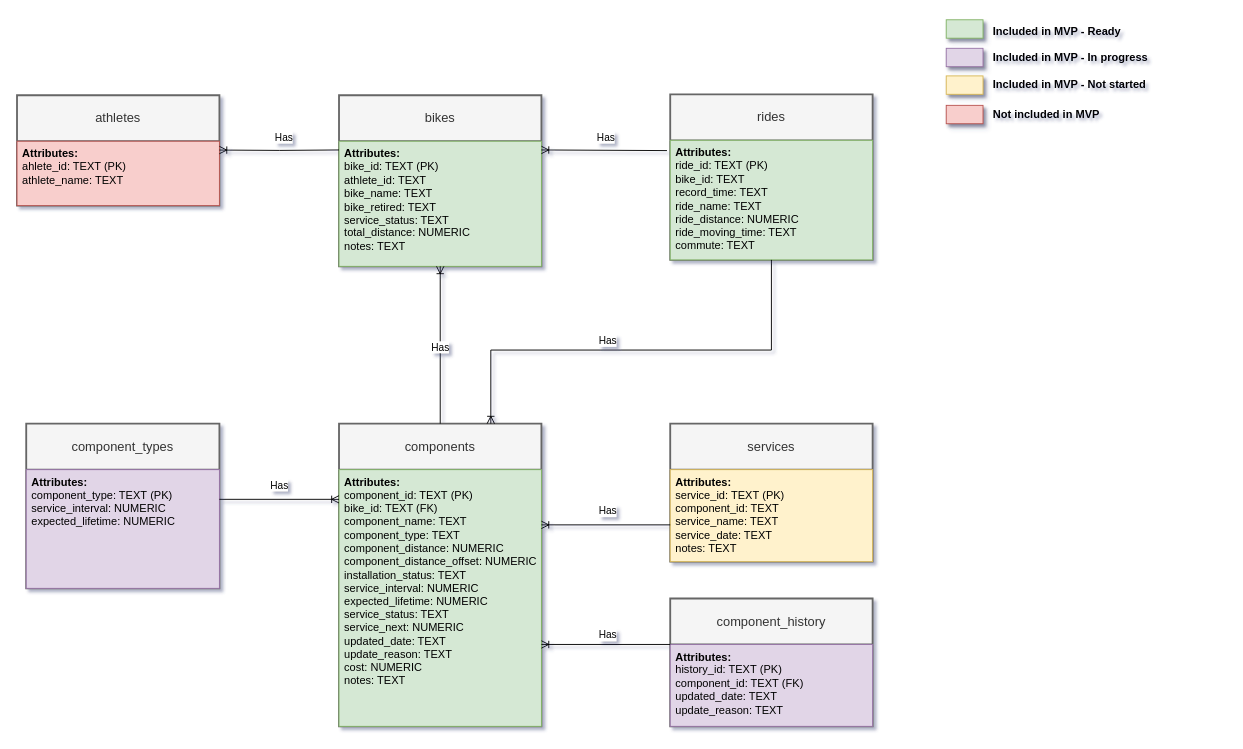
Above: page "Database structure" (5 of 7) of docs/all_diagrams.drawio in xivind/velo-supervisor-2000 (draw.io), before the change. Source tidied: cells renumbered, new cells numbered last; positions are measured from the earlier drawing's top-left corner, leaving out a move shared by most shapes. Both pictures are drawn from the tidied source at 92%, with x=0, y=0 at pixel (17, 17).
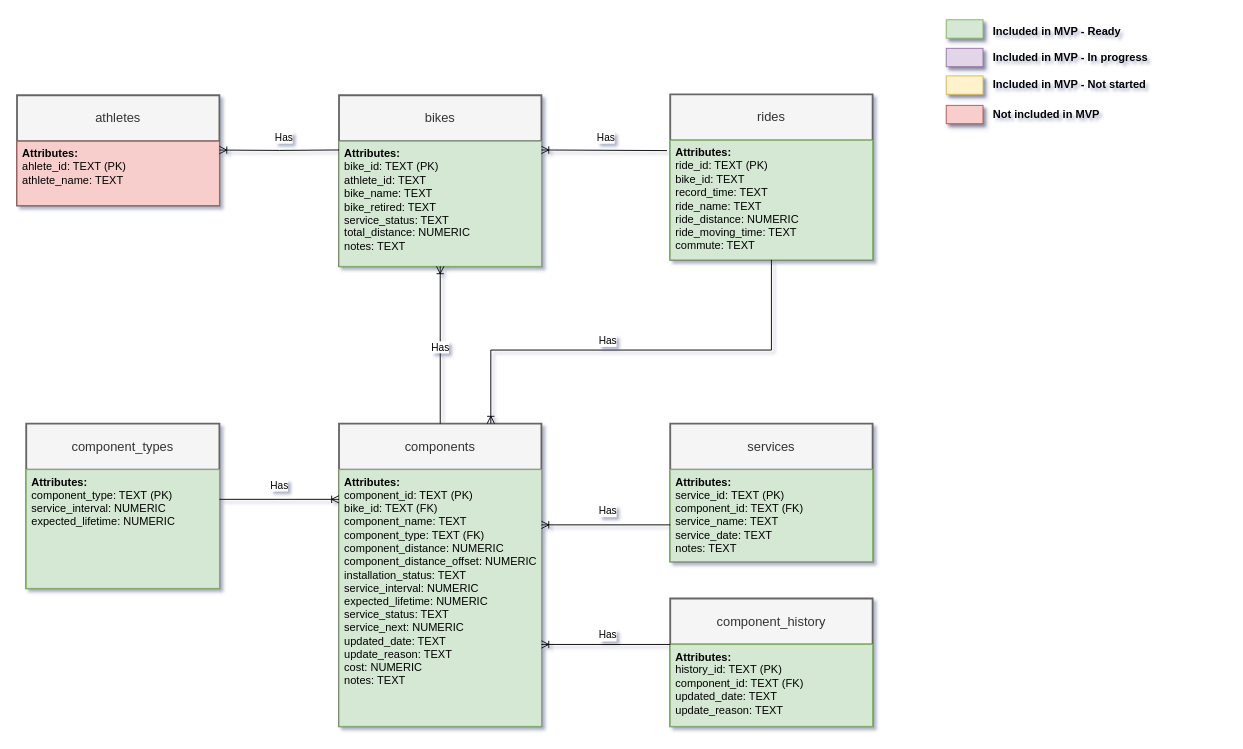
The same diagram, later.

Unchanged cells that the change refers to:
```xml
<mxCell id="8" value="components" style="swimlane;horizontal=1;startSize=50;rounded=0;fontSize=14;fontStyle=0;strokeWidth=2;shadow=0;dashed=0;align=center;arcSize=0;whiteSpace=wrap;html=1;fillColor=#f5f5f5;strokeColor=#666666;fontColor=#333333;" parent="1" vertex="1">
  <mxGeometry x="350" y="441" width="220" height="329" as="geometry" />
</mxCell>
<mxCell id="10" value="services" style="swimlane;horizontal=1;startSize=50;rounded=0;fontSize=14;fontStyle=0;strokeWidth=2;shadow=0;dashed=0;align=center;arcSize=0;whiteSpace=wrap;html=1;fillColor=#f5f5f5;fontColor=#333333;strokeColor=#666666;" parent="1" vertex="1">
  <mxGeometry x="710" y="441" width="220" height="150" as="geometry" />
</mxCell>
<mxCell id="22" value="component_types" style="swimlane;horizontal=1;startSize=50;rounded=0;fontSize=14;fontStyle=0;strokeWidth=2;shadow=0;dashed=0;align=center;arcSize=0;whiteSpace=wrap;html=1;fillColor=#f5f5f5;strokeColor=#666666;fontColor=#333333;" parent="1" vertex="1">
  <mxGeometry x="10" y="441" width="210" height="179" as="geometry" />
</mxCell>
<mxCell id="26" value="component_history" style="swimlane;horizontal=1;startSize=50;rounded=0;fontSize=14;fontStyle=0;strokeWidth=2;shadow=0;dashed=0;align=center;arcSize=0;whiteSpace=wrap;html=1;fillColor=#f5f5f5;strokeColor=#666666;fontColor=#333333;" parent="1" vertex="1">
  <mxGeometry x="710" y="631" width="220" height="139" as="geometry" />
</mxCell>
```

Diff of the diagram source:
```diff
@@
-    <mxCell id="9" value="&lt;div&gt;&lt;span style=&quot;background-color: initial;&quot;&gt;&lt;b&gt;Attributes:&lt;/b&gt;&lt;/span&gt;&lt;/div&gt;&lt;div&gt;&lt;span style=&quot;background-color: initial;&quot;&gt;component_id&lt;/span&gt;&lt;span style=&quot;background-color: initial;&quot;&gt;: TEXT&lt;/span&gt;&lt;span style=&quot;background-color: initial;&quot;&gt;&amp;nbsp;(PK)&lt;/span&gt;&lt;/div&gt;&lt;div&gt;bike_id&lt;span style=&quot;background-color: initial;&quot;&gt;: TEXT (FK)&lt;/span&gt;&lt;/div&gt;component_name: TEXT&lt;div&gt;component_type&lt;span style=&quot;background-color: initial;&quot;&gt;: TEXT&lt;/span&gt;&lt;/div&gt;&lt;div&gt;component_distance&lt;span style=&quot;background-color: initial;&quot;&gt;: NUMERIC&lt;/span&gt;&lt;br&gt;&lt;/div&gt;&lt;div&gt;component_distance_offset&lt;span style=&quot;background-color: initial;&quot;&gt;: NUMERIC&lt;/span&gt;&lt;br&gt;&lt;/div&gt;&lt;div&gt;installation_status&lt;span style=&quot;background-color: initial;&quot;&gt;: TEXT&lt;/span&gt;&lt;/div&gt;&lt;div&gt;service_interval&lt;span style=&quot;background-color: initial;&quot;&gt;: NUMERIC&lt;/span&gt;&lt;/div&gt;&lt;div&gt;expected_lifetime&lt;span style=&quot;background-color: initial;&quot;&gt;: NUMERIC&lt;/span&gt;&lt;/div&gt;&lt;div&gt;service_status&lt;span style=&quot;background-color: initial;&quot;&gt;: TEXT&lt;/span&gt;&lt;/div&gt;&lt;div&gt;service_next&lt;span style=&quot;background-color: initial;&quot;&gt;: NUMERIC&lt;/span&gt;&lt;/div&gt;&lt;div&gt;&lt;span style=&quot;background-color: initial;&quot;&gt;updated_d&lt;/span&gt;&lt;span style=&quot;background-color: initial;&quot;&gt;ate&lt;/span&gt;&lt;span style=&quot;background-color: initial;&quot;&gt;: TEXT&lt;/span&gt;&lt;br&gt;&lt;/div&gt;&lt;div&gt;update_reason&lt;span style=&quot;background-color: initial;&quot;&gt;: TEXT&lt;/span&gt;&lt;/div&gt;&lt;div&gt;cost&lt;span style=&quot;background-color: initial;&quot;&gt;: NUMERIC&lt;/span&gt;&lt;/div&gt;&lt;div&gt;notes&lt;span style=&quot;background-color: initial;&quot;&gt;: TEXT&lt;/span&gt;&lt;/div&gt;" style="align=left;spacingLeft=4;fontSize=12;verticalAlign=top;html=1;rounded=0;fillColor=#d5e8d4;strokeColor=#82b366;" parent="8" vertex="1">
+    <mxCell id="9" value="&lt;div&gt;&lt;span style=&quot;background-color: initial;&quot;&gt;&lt;b&gt;Attributes:&lt;/b&gt;&lt;/span&gt;&lt;/div&gt;&lt;div&gt;&lt;span style=&quot;background-color: initial;&quot;&gt;component_id&lt;/span&gt;&lt;span style=&quot;background-color: initial;&quot;&gt;: TEXT&lt;/span&gt;&lt;span style=&quot;background-color: initial;&quot;&gt;&amp;nbsp;(PK)&lt;/span&gt;&lt;/div&gt;&lt;div&gt;bike_id&lt;span style=&quot;background-color: initial;&quot;&gt;: TEXT (FK)&lt;/span&gt;&lt;/div&gt;component_name: TEXT&lt;div&gt;component_type&lt;span style=&quot;background-color: initial;&quot;&gt;: TEXT (FK)&lt;/span&gt;&lt;/div&gt;&lt;div&gt;component_distance&lt;span style=&quot;background-color: initial;&quot;&gt;: NUMERIC&lt;/span&gt;&lt;br&gt;&lt;/div&gt;&lt;div&gt;component_distance_offset&lt;span style=&quot;background-color: initial;&quot;&gt;: NUMERIC&lt;/span&gt;&lt;br&gt;&lt;/div&gt;&lt;div&gt;installation_status&lt;span style=&quot;background-color: initial;&quot;&gt;: TEXT&lt;/span&gt;&lt;/div&gt;&lt;div&gt;service_interval&lt;span style=&quot;background-color: initial;&quot;&gt;: NUMERIC&lt;/span&gt;&lt;/div&gt;&lt;div&gt;expected_lifetime&lt;span style=&quot;background-color: initial;&quot;&gt;: NUMERIC&lt;/span&gt;&lt;/div&gt;&lt;div&gt;service_status&lt;span style=&quot;background-color: initial;&quot;&gt;: TEXT&lt;/span&gt;&lt;/div&gt;&lt;div&gt;service_next&lt;span style=&quot;background-color: initial;&quot;&gt;: NUMERIC&lt;/span&gt;&lt;/div&gt;&lt;div&gt;&lt;span style=&quot;background-color: initial;&quot;&gt;updated_d&lt;/span&gt;&lt;span style=&quot;background-color: initial;&quot;&gt;ate&lt;/span&gt;&lt;span style=&quot;background-color: initial;&quot;&gt;: TEXT&lt;/span&gt;&lt;br&gt;&lt;/div&gt;&lt;div&gt;update_reason&lt;span style=&quot;background-color: initial;&quot;&gt;: TEXT&lt;/span&gt;&lt;/div&gt;&lt;div&gt;cost&lt;span style=&quot;background-color: initial;&quot;&gt;: NUMERIC&lt;/span&gt;&lt;/div&gt;&lt;div&gt;notes&lt;span style=&quot;background-color: initial;&quot;&gt;: TEXT&lt;/span&gt;&lt;/div&gt;" style="align=left;spacingLeft=4;fontSize=12;verticalAlign=top;html=1;rounded=0;fillColor=#d5e8d4;strokeColor=#82b366;" parent="8" vertex="1">
       <mxGeometry y="50" width="220" height="279" as="geometry" />
     </mxCell>
@@
-    <mxCell id="11" value="&lt;div&gt;&lt;b&gt;Attributes:&lt;/b&gt;&lt;br&gt;&lt;/div&gt;&lt;div&gt;service_id&lt;span style=&quot;background-color: initial;&quot;&gt;: TEXT&lt;/span&gt;&lt;span style=&quot;background-color: initial;&quot;&gt;&amp;nbsp;(PK)&lt;/span&gt;&lt;/div&gt;&lt;div&gt;component_id&lt;span style=&quot;background-color: initial;&quot;&gt;: TEXT&lt;/span&gt;&lt;/div&gt;&lt;div&gt;service_name&lt;span style=&quot;background-color: initial;&quot;&gt;: TEXT&lt;/span&gt;&lt;/div&gt;service_date: TEXT&lt;div&gt;notes&lt;span style=&quot;background-color: initial;&quot;&gt;: TEXT&lt;/span&gt;&lt;/div&gt;" style="align=left;spacingLeft=4;fontSize=12;verticalAlign=top;html=1;rounded=0;fillColor=#fff2cc;strokeColor=#d6b656;" parent="10" vertex="1">
+    <mxCell id="11" value="&lt;div&gt;&lt;b&gt;Attributes:&lt;/b&gt;&lt;br&gt;&lt;/div&gt;&lt;div&gt;service_id&lt;span style=&quot;background-color: initial;&quot;&gt;: TEXT&lt;/span&gt;&lt;span style=&quot;background-color: initial;&quot;&gt;&amp;nbsp;(PK)&lt;/span&gt;&lt;/div&gt;&lt;div&gt;component_id&lt;span style=&quot;background-color: initial;&quot;&gt;: TEXT (FK)&lt;/span&gt;&lt;/div&gt;&lt;div&gt;service_name&lt;span style=&quot;background-color: initial;&quot;&gt;: TEXT&lt;/span&gt;&lt;/div&gt;service_date: TEXT&lt;div&gt;notes&lt;span style=&quot;background-color: initial;&quot;&gt;: TEXT&lt;/span&gt;&lt;/div&gt;" style="align=left;spacingLeft=4;fontSize=12;verticalAlign=top;html=1;rounded=0;fillColor=#d5e8d4;strokeColor=#82b366;" parent="10" vertex="1">
       <mxGeometry y="50" width="220" height="100" as="geometry" />
     </mxCell>
@@
-    <mxCell id="23" value="&lt;div&gt;&lt;b&gt;Attributes:&lt;/b&gt;&lt;br&gt;&lt;/div&gt;&lt;div&gt;component_type&lt;span style=&quot;background-color: initial;&quot;&gt;: TEXT&lt;/span&gt;&lt;span style=&quot;background-color: initial;&quot;&gt;&amp;nbsp;(PK)&lt;/span&gt;&lt;/div&gt;&lt;div&gt;service_interval&lt;span style=&quot;background-color: initial;&quot;&gt;: NUMERIC&lt;/span&gt;&lt;/div&gt;&lt;div&gt;expected_lifetime&lt;span style=&quot;background-color: initial;&quot;&gt;: NUMERIC&lt;/span&gt;&lt;/div&gt;" style="align=left;spacingLeft=4;fontSize=12;verticalAlign=top;html=1;rounded=0;fillColor=#e1d5e7;strokeColor=#9673a6;" parent="22" vertex="1">
+    <mxCell id="23" value="&lt;div&gt;&lt;b&gt;Attributes:&lt;/b&gt;&lt;br&gt;&lt;/div&gt;&lt;div&gt;component_type&lt;span style=&quot;background-color: initial;&quot;&gt;: TEXT&lt;/span&gt;&lt;span style=&quot;background-color: initial;&quot;&gt;&amp;nbsp;(PK)&lt;/span&gt;&lt;/div&gt;&lt;div&gt;service_interval&lt;span style=&quot;background-color: initial;&quot;&gt;: NUMERIC&lt;/span&gt;&lt;/div&gt;&lt;div&gt;expected_lifetime&lt;span style=&quot;background-color: initial;&quot;&gt;: NUMERIC&lt;/span&gt;&lt;/div&gt;" style="align=left;spacingLeft=4;fontSize=12;verticalAlign=top;html=1;rounded=0;fillColor=#d5e8d4;strokeColor=#82b366;" parent="22" vertex="1">
       <mxGeometry y="50" width="210" height="129" as="geometry" />
     </mxCell>
@@
-    <mxCell id="27" value="&lt;div&gt;&lt;b&gt;Attributes:&lt;/b&gt;&lt;br&gt;&lt;/div&gt;&lt;div&gt;history_id&lt;span style=&quot;background-color: initial;&quot;&gt;: TEXT&lt;/span&gt;&lt;span style=&quot;background-color: initial;&quot;&gt;&amp;nbsp;(PK)&lt;/span&gt;&lt;br&gt;&lt;/div&gt;&lt;div&gt;component_id&lt;span style=&quot;background-color: initial;&quot;&gt;: TEXT&amp;nbsp;&lt;/span&gt;&lt;span style=&quot;background-color: initial;&quot;&gt;(FK)&lt;/span&gt;&lt;/div&gt;&lt;div&gt;updated_date&lt;span style=&quot;background-color: initial;&quot;&gt;: TEXT&lt;/span&gt;&lt;/div&gt;&lt;div&gt;update_reason&lt;span style=&quot;background-color: initial;&quot;&gt;: TEXT&lt;/span&gt;&lt;/div&gt;" style="align=left;spacingLeft=4;fontSize=12;verticalAlign=top;html=1;rounded=0;fillColor=#e1d5e7;strokeColor=#9673a6;" parent="26" vertex="1">
+    <mxCell id="27" value="&lt;div&gt;&lt;b&gt;Attributes:&lt;/b&gt;&lt;br&gt;&lt;/div&gt;&lt;div&gt;history_id&lt;span style=&quot;background-color: initial;&quot;&gt;: TEXT&lt;/span&gt;&lt;span style=&quot;background-color: initial;&quot;&gt;&amp;nbsp;(PK)&lt;/span&gt;&lt;br&gt;&lt;/div&gt;&lt;div&gt;component_id&lt;span style=&quot;background-color: initial;&quot;&gt;: TEXT&amp;nbsp;&lt;/span&gt;&lt;span style=&quot;background-color: initial;&quot;&gt;(FK)&lt;/span&gt;&lt;/div&gt;&lt;div&gt;updated_date&lt;span style=&quot;background-color: initial;&quot;&gt;: TEXT&lt;/span&gt;&lt;/div&gt;&lt;div&gt;update_reason&lt;span style=&quot;background-color: initial;&quot;&gt;: TEXT&lt;/span&gt;&lt;/div&gt;" style="align=left;spacingLeft=4;fontSize=12;verticalAlign=top;html=1;rounded=0;fillColor=#d5e8d4;strokeColor=#82b366;" parent="26" vertex="1">
       <mxGeometry y="50" width="220" height="89" as="geometry" />
     </mxCell>
```
